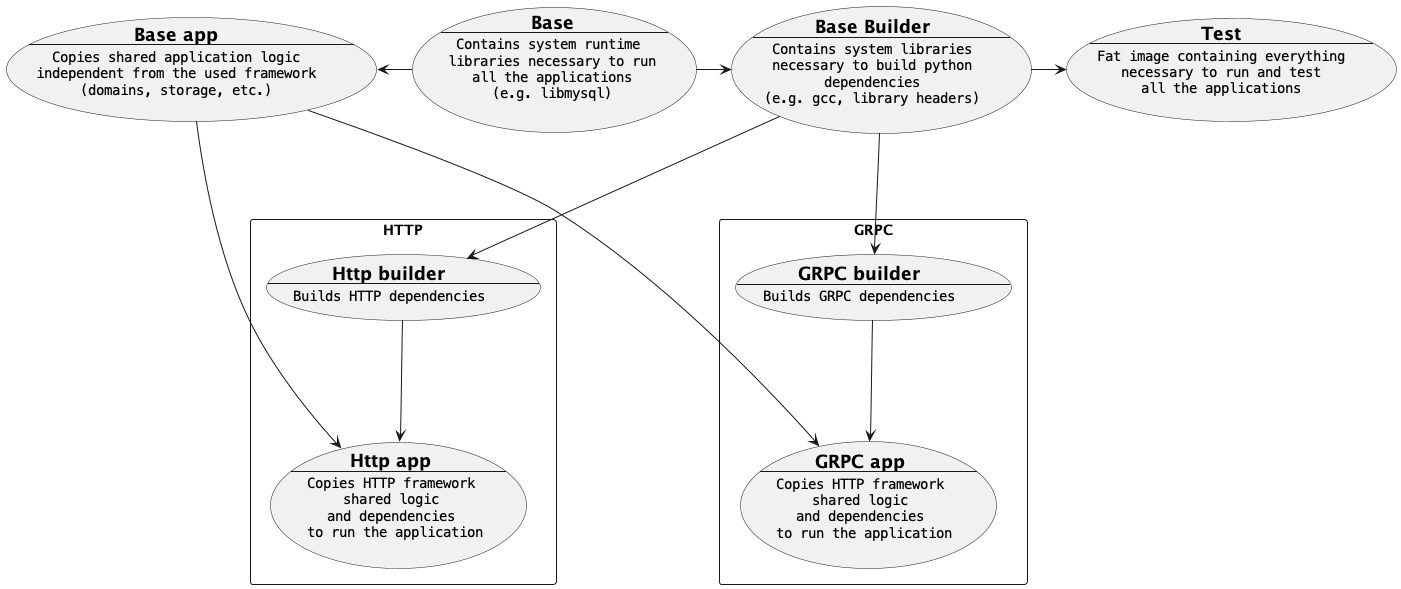
Before: docker-container.png, a diagram exported from PlantUML (febus982/bootstrap-python-fastapi). Its diagram source:
```plantuml
@startuml
usecase base [
    =Base
    ----
    ""Contains system runtime ""
    ""libraries necessary to run""
    ""all the applications""
    ""(e.g. libmysql)""
]
usecase base_builder [
    =Base Builder
    ----
    ""Contains system libraries""
    ""necessary to build python""
    ""dependencies""
    ""(e.g. gcc, library headers)""
]
usecase test [
    =Test
    ----
    ""Fat image containing everything""
    ""necessary to run and test""
    ""all the applications""
]
usecase base_app [
    =Base app
    ----
    ""Copies shared application logic""
    ""independent from the used framework""
    ""(domains, storage, etc.)""
]

rectangle HTTP {
    usecase http_builder [
        =Http builder
        ----
        ""Builds HTTP dependencies""
    ]
    usecase http_app [
        =Http app
        ----
        ""Copies HTTP framework""
        ""shared logic""
        ""and dependencies""
        "" to run the application""
    ]
}
rectangle GRPC {
    usecase grpc_builder [
        =GRPC builder
        ----
        ""Builds GRPC dependencies""
    ]
    usecase grpc_app [
        =GRPC app
        ----
        ""Copies HTTP framework""
        ""shared logic""
        ""and dependencies""
        "" to run the application""
    ]
}

base ==r=> base_builder
base ==l=> base_app

base_builder ===> http_builder
http_builder ===> http_app
base_app ===> http_app

base_builder ===> grpc_builder
grpc_builder ===> grpc_app
base_app ===> grpc_app

base_builder ==r=> test
@enduml
```
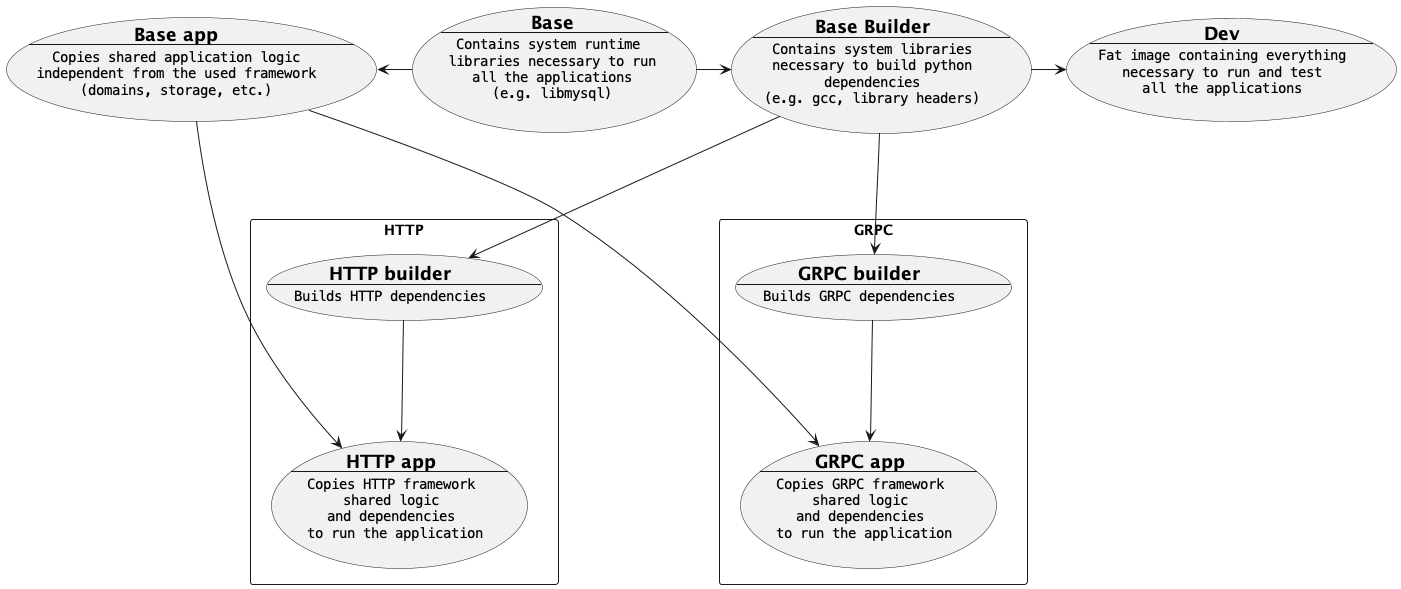
Above is the later version.

Commit message:
Update docker image graph

Diff of the diagram source:
```diff
@@ -15,8 +15,8 @@
     ""dependencies""
     ""(e.g. gcc, library headers)""
 ]
-usecase test [
-    =Test
+usecase dev [
+    =Dev
     ----
     ""Fat image containing everything""
     ""necessary to run and test""
@@ -32,12 +32,12 @@
 
 rectangle HTTP {
     usecase http_builder [
-        =Http builder
+        =HTTP builder
         ----
         ""Builds HTTP dependencies""
     ]
     usecase http_app [
-        =Http app
+        =HTTP app
         ----
         ""Copies HTTP framework""
         ""shared logic""
@@ -54,7 +54,7 @@
     usecase grpc_app [
         =GRPC app
         ----
-        ""Copies HTTP framework""
+        ""Copies GRPC framework""
         ""shared logic""
         ""and dependencies""
         "" to run the application""
@@ -72,5 +72,5 @@
 grpc_builder ===> grpc_app
 base_app ===> grpc_app
 
-base_builder ==r=> test
+base_builder ==r=> dev
 @enduml
```
